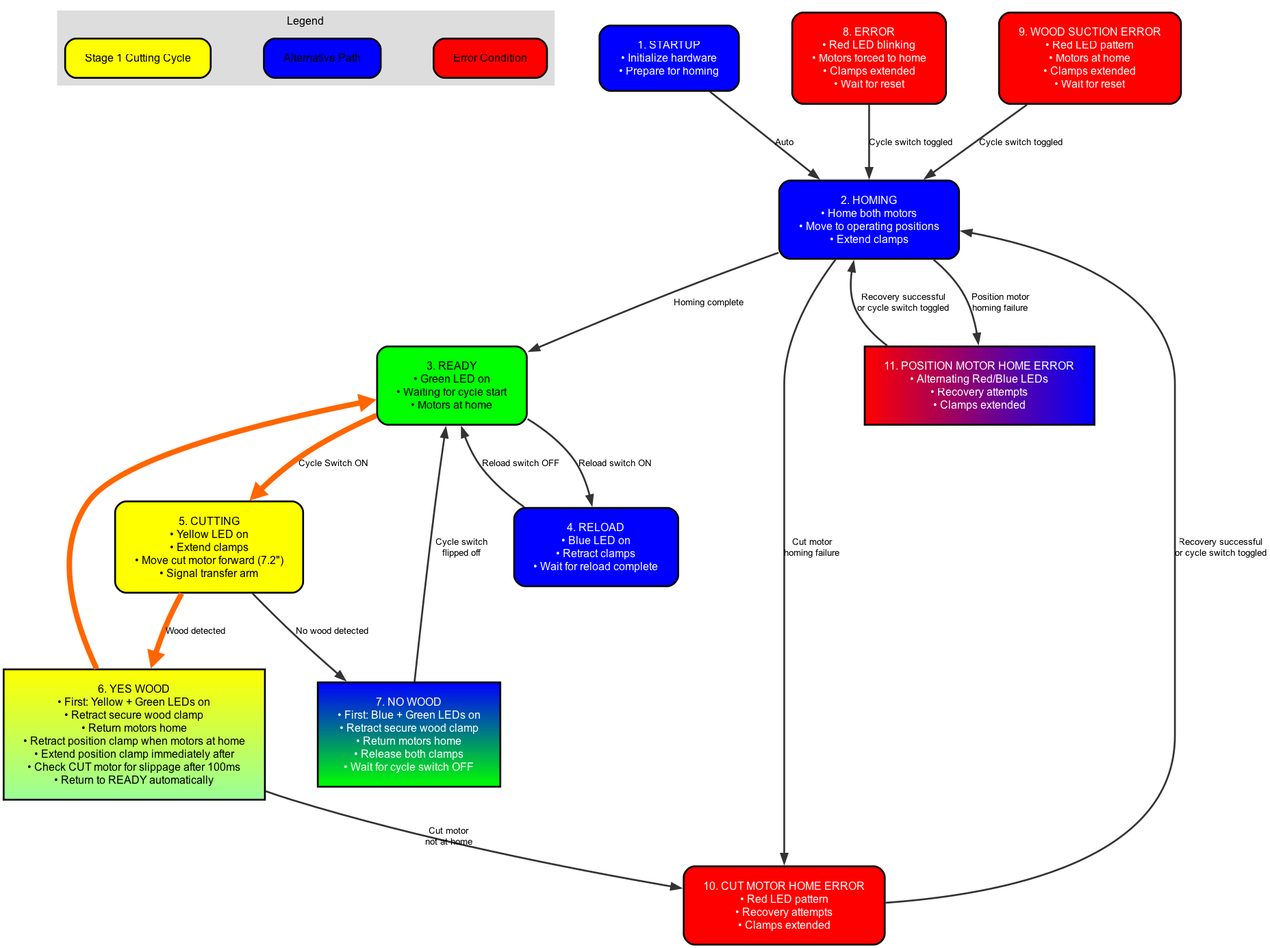
This is flowcharts/png_files/cutting_machine_flowchart.png from akivaweil/Stage-1-Mar25, a Graphviz export, as it was before one commit. Its source is kept beside it as flowcharts/dot_files/cutting_machine_flowchart.dot. Source of this version:
```dot
digraph StateMachine {
  graph [rankdir=TB, fontname="Arial", nodesep=0.8, ranksep=1.0, splines=true];
  node [shape=rect, style=rounded, fontname="Arial", fontsize=12, style="filled,rounded", margin="0.3,0.2", penwidth=2.0];
  edge [fontname="Arial", fontsize=10, color="#333333", penwidth=2.0];

  subgraph cluster_legend {
    label="Legend";
    style=filled;
    color="#DDDDDD";
    fontname="Arial";
    fontsize=12;
    legend_main [label="Stage 1 Cutting Cycle", fillcolor="#FFFF00", style="filled,rounded"];
    legend_alt [label="Alternative Path", fillcolor="#0000FF", style="filled,rounded"];
    legend_error [label="Error Condition", fillcolor="#FF0000", style="filled,rounded"];
  }

  START [label="1. STARTUP\n• Initialize hardware\n• Prepare for homing", fillcolor="#0000FF", fontcolor="white"];
  HOMING [label="2. HOMING\n• Home both motors\n• Move to operating positions\n• Extend clamps", fillcolor="#0000FF", fontcolor="white"];
  READY [label="3. READY\n• Green LED on\n• Waiting for cycle start\n• Motors at home", fillcolor="#00FF00"];
  RELOAD [label="4. RELOAD\n• Blue LED on\n• Retract clamps\n• Wait for reload complete", fillcolor="#0000FF", fontcolor="white"];
  CUTTING [label="5. CUTTING\n• Yellow LED on\n• Extend clamps\n• Move cut motor forward (7.2\")\n• Signal transfer arm", fillcolor="#FFFF00"];
  YESWOOD [label="6. YES WOOD\n• First: Yellow + Green LEDs on\n• Retract secure wood clamp\n• Return motors home\n• Retract position clamp when motors at home\n• Extend position clamp immediately after\n• Check CUT motor for slippage after 100ms\n• Return to READY automatically", style="filled", fillcolor="#FFFF00:#99FF99", gradientangle=270];
  NOWOOD [label="7. NO WOOD\n• First: Blue + Green LEDs on\n• Retract secure wood clamp\n• Return motors home\n• Release both clamps\n• Wait for cycle switch OFF", style="filled", fillcolor="#0000FF:#00FF00", fontcolor="white", gradientangle=270];
  ERROR [label="8. ERROR\n• Red LED blinking\n• Motors forced to home\n• Clamps extended\n• Wait for reset", fillcolor="#FF0000", fontcolor="white"];
  WOOD_SUCTION_ERROR [label="9. WOOD SUCTION ERROR\n• Red LED pattern\n• Motors at home\n• Clamps extended\n• Wait for reset", fillcolor="#FF0000", fontcolor="white"];
  CUT_MOTOR_HOME_ERROR [label="10. CUT MOTOR HOME ERROR\n• Red LED pattern\n• Recovery attempts\n• Clamps extended", fillcolor="#FF0000", fontcolor="white"];
  POSITION_MOTOR_HOME_ERROR [label="11. POSITION MOTOR HOME ERROR\n• Alternating Red/Blue LEDs\n• Recovery attempts\n• Clamps extended", style="filled", fillcolor="#FF0000:#0000FF", fontcolor="white", gradientangle=0];

  READY -> CUTTING [label="Cycle Switch ON", penwidth=6.0, color="#FF6600", style="bold"];
  CUTTING -> YESWOOD [label="Wood detected", penwidth=6.0, color="#FF6600", style="bold"];
  YESWOOD -> READY [penwidth=6.0, color="#FF6600", style="bold"];

  START -> HOMING [label="Auto"];
  HOMING -> READY [label="Homing complete"];
  HOMING -> CUT_MOTOR_HOME_ERROR [label="Cut motor\nhoming failure"];
  HOMING -> POSITION_MOTOR_HOME_ERROR [label="Position motor\nhoming failure"];
  READY -> RELOAD [label="Reload switch ON"];
  RELOAD -> READY [label="Reload switch OFF"];
  CUTTING -> NOWOOD [label="No wood detected"];
  YESWOOD -> CUT_MOTOR_HOME_ERROR [xlabel="Cut motor\nnot at home", label=""];
  NOWOOD -> READY [label="Cycle switch\nflipped off"];
  WOOD_SUCTION_ERROR -> HOMING [label="Cycle switch toggled"];
  CUT_MOTOR_HOME_ERROR -> HOMING [label="Recovery successful\nor cycle switch toggled"];
  POSITION_MOTOR_HOME_ERROR -> HOMING [label="Recovery successful\nor cycle switch toggled"];
  ERROR -> HOMING [label="Cycle switch toggled"];
}
```
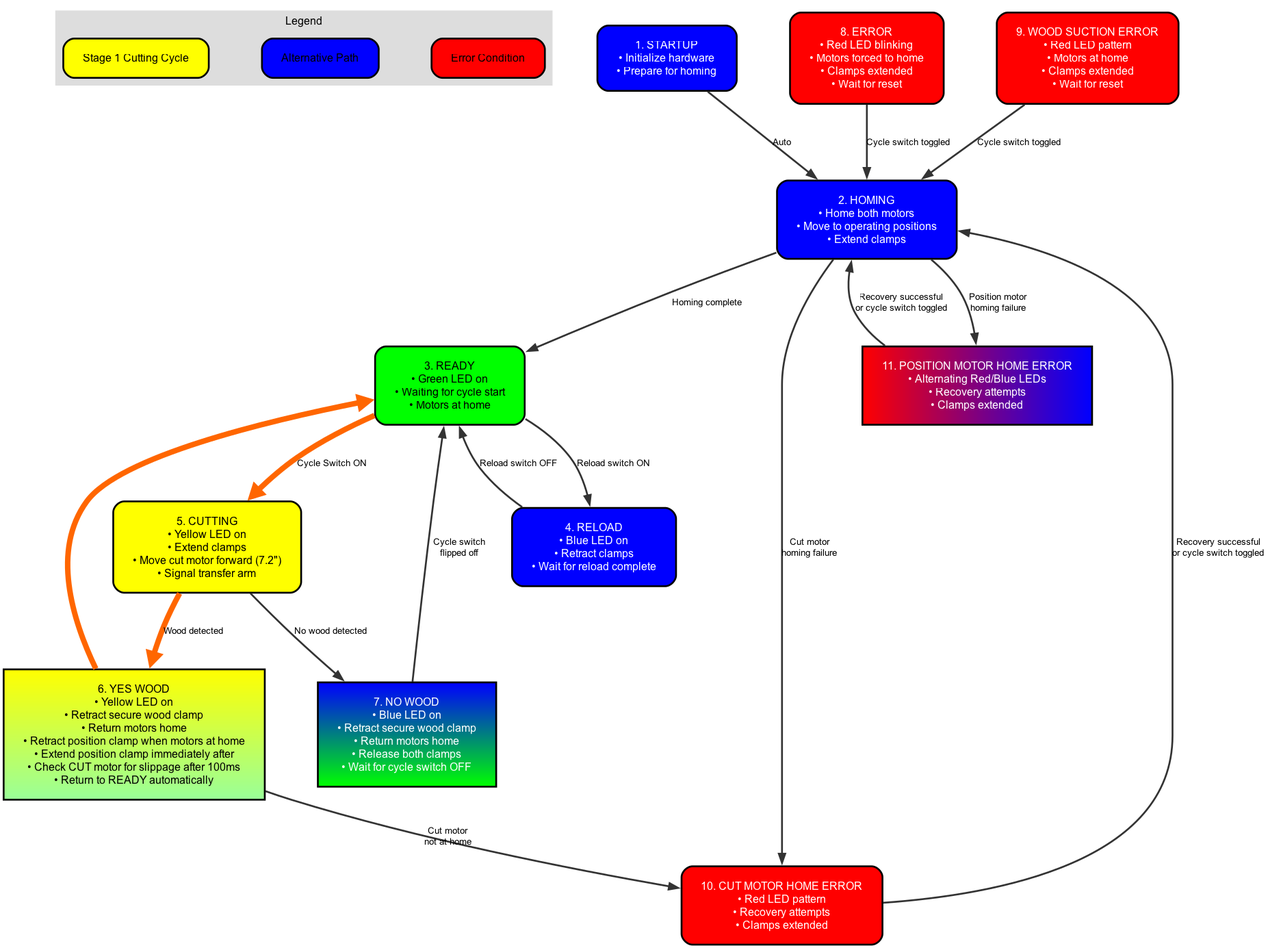
Later version of the same file.

Commit message:
Updated LED indicators: YESWOOD shows Yellow LED only, NOWOOD shows Blue LED only

What changed in the source:
```diff
@@ -19,8 +19,8 @@
   READY [label="3. READY\n• Green LED on\n• Waiting for cycle start\n• Motors at home", fillcolor="#00FF00"];
   RELOAD [label="4. RELOAD\n• Blue LED on\n• Retract clamps\n• Wait for reload complete", fillcolor="#0000FF", fontcolor="white"];
   CUTTING [label="5. CUTTING\n• Yellow LED on\n• Extend clamps\n• Move cut motor forward (7.2\")\n• Signal transfer arm", fillcolor="#FFFF00"];
-  YESWOOD [label="6. YES WOOD\n• First: Yellow + Green LEDs on\n• Retract secure wood clamp\n• Return motors home\n• Retract position clamp when motors at home\n• Extend position clamp immediately after\n• Check CUT motor for slippage after 100ms\n• Return to READY automatically", style="filled", fillcolor="#FFFF00:#99FF99", gradientangle=270];
-  NOWOOD [label="7. NO WOOD\n• First: Blue + Green LEDs on\n• Retract secure wood clamp\n• Return motors home\n• Release both clamps\n• Wait for cycle switch OFF", style="filled", fillcolor="#0000FF:#00FF00", fontcolor="white", gradientangle=270];
+  YESWOOD [label="6. YES WOOD\n• Yellow LED on\n• Retract secure wood clamp\n• Return motors home\n• Retract position clamp when motors at home\n• Extend position clamp immediately after\n• Check CUT motor for slippage after 100ms\n• Return to READY automatically", style="filled", fillcolor="#FFFF00:#99FF99", gradientangle=270];
+  NOWOOD [label="7. NO WOOD\n• Blue LED on\n• Retract secure wood clamp\n• Return motors home\n• Release both clamps\n• Wait for cycle switch OFF", style="filled", fillcolor="#0000FF:#00FF00", fontcolor="white", gradientangle=270];
   ERROR [label="8. ERROR\n• Red LED blinking\n• Motors forced to home\n• Clamps extended\n• Wait for reset", fillcolor="#FF0000", fontcolor="white"];
   WOOD_SUCTION_ERROR [label="9. WOOD SUCTION ERROR\n• Red LED pattern\n• Motors at home\n• Clamps extended\n• Wait for reset", fillcolor="#FF0000", fontcolor="white"];
   CUT_MOTOR_HOME_ERROR [label="10. CUT MOTOR HOME ERROR\n• Red LED pattern\n• Recovery attempts\n• Clamps extended", fillcolor="#FF0000", fontcolor="white"];
```
